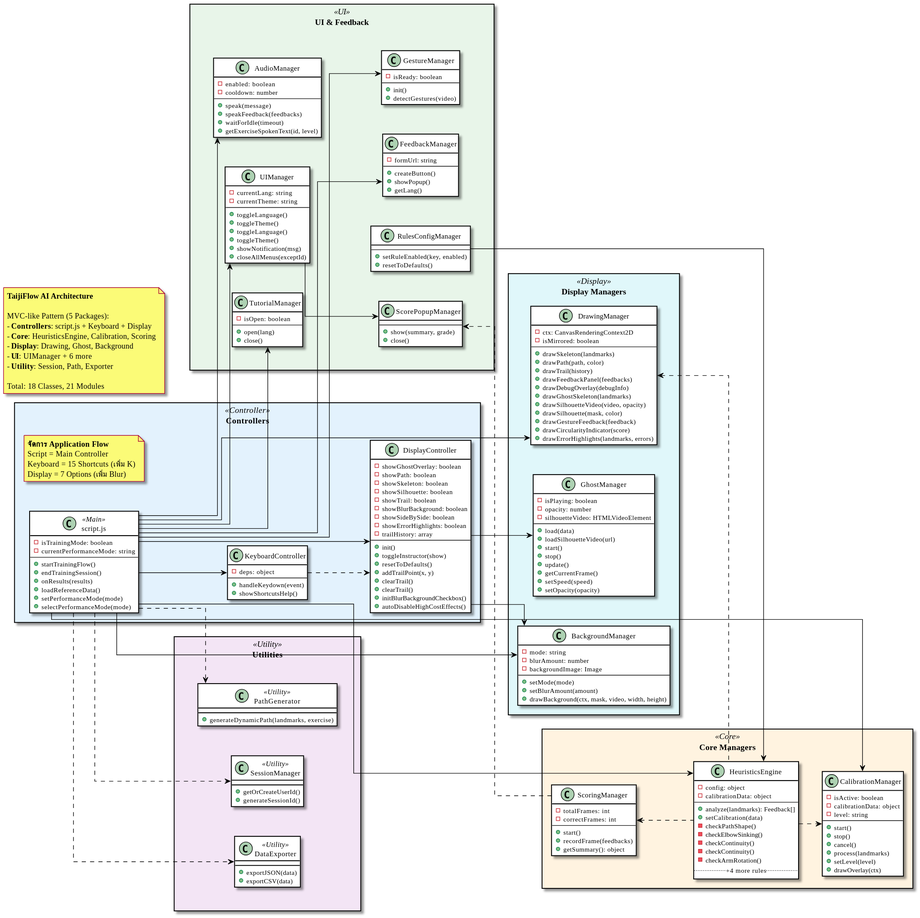
Above: out/docs/diagrams/ClassDiagram/TaijiFlow_Class_Diagram.svg in vyut/TaijiFlow (PlantUML), before the change.
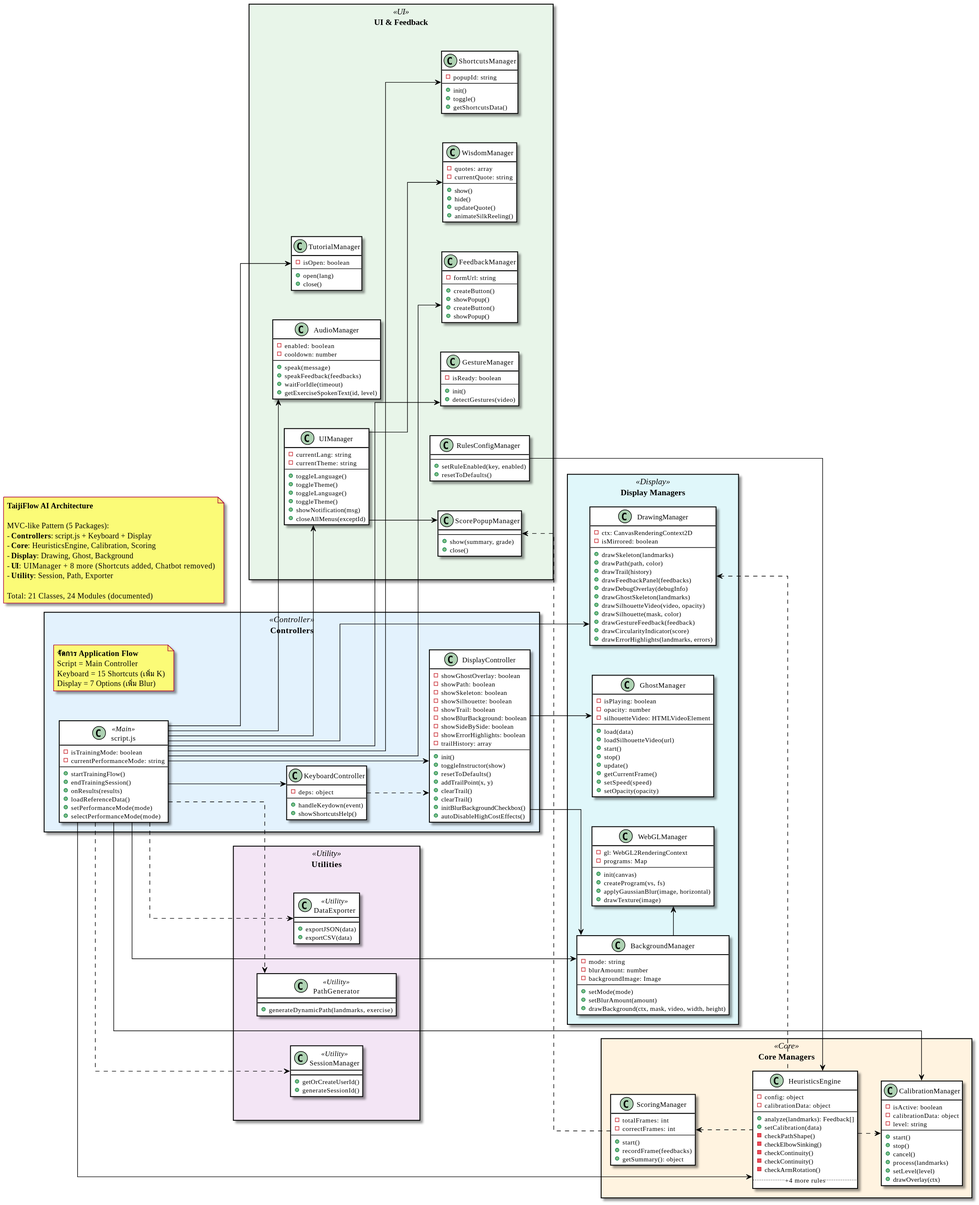
Above is the later version.

What changed in the source:
```diff
@@ -122,6 +122,16 @@
         + drawBackground(ctx, mask, video, width, height)
     }
 
+    class WebGLManager {
+        - gl: WebGL2RenderingContext
+        - programs: Map
+        --
+        + init(canvas)
+        + createProgram(vs, fs)
+        + applyGaussianBlur(image, horizontal)
+        + drawTexture(image)
+    }
+
     class DrawingManager {
         - ctx: CanvasRenderingContext2D
         - isMirrored: boolean
@@ -156,6 +166,7 @@
 
     DrawingManager -[hidden]right- GhostManager
     GhostManager -[hidden]right- BackgroundManager
+    BackgroundManager -[hidden]right- WebGLManager
 }
 
 
@@ -171,6 +182,24 @@
             + toggleTheme()
             + showNotification(msg)
             + closeAllMenus(exceptId)
+        }
+
+        class WisdomManager {
+            - quotes: array
+            - currentQuote: string
+            --
+            + show()
+            + hide()
+            + updateQuote()
+            + animateSilkReeling()
+        }
+
+        class ShortcutsManager {
+            - popupId: string
+            --
+            + init()
+            + toggle()
+            + getShortcutsData()
         }
 
         class AudioManager {
@@ -214,7 +243,8 @@
             --
             + createButton()
             + showPopup()
-            + getLang()
+            + createButton()
+            + showPopup()
         }
     }
 
@@ -224,6 +254,8 @@
     ScorePopupManager -[hidden]right- RulesConfigManager
     RulesConfigManager -[hidden]right- GestureManager
     GestureManager -[hidden]right- FeedbackManager
+    FeedbackManager -[hidden]right- WisdomManager
+    WisdomManager -[hidden]right- ShortcutsManager
 }
 
 
@@ -259,9 +291,11 @@
 Script --> AudioManager
 Script --> TutorialManager
 Script --> GestureManager
+Script --> ShortcutsManager
 
 DisplayController --> GhostManager
 DisplayController --> BackgroundManager
+BackgroundManager --> WebGLManager
 KeyboardController ..> DisplayController
 
 HeuristicsEngine ..> CalibrationManager
@@ -269,6 +303,7 @@
 DrawingManager <.. HeuristicsEngine
 
 UIManager --> ScorePopupManager
+UIManager --> WisdomManager
 ScoringManager .[norank].> ScorePopupManager
 Script --> FeedbackManager
 RulesConfigManager --> HeuristicsEngine
@@ -285,10 +320,10 @@
     - **Controllers**: script.js + Keyboard + Display
     - **Core**: HeuristicsEngine, Calibration, Scoring
     - **Display**: Drawing, Ghost, Background
-    - **UI**: UIManager + 6 more
+    - **UI**: UIManager + 8 more (Shortcuts added, Chatbot removed)
     - **Utility**: Session, Path, Exporter
 
-    Total: 18 Classes, 21 Modules
+    Total: 21 Classes, 24 Modules (documented)
 end note
 
 @enduml
```
